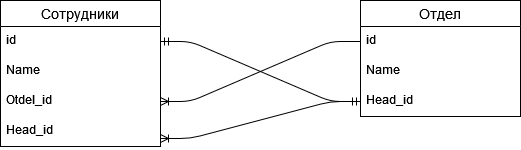
Earlier version of the draw.io export HW3_ДопЗад.drawio.png (arhandreu/Postgre). Source tidied: cells renumbered, new cells last; positions are measured from the earlier drawing's top-left corner, leaving out a move shared by most shapes.
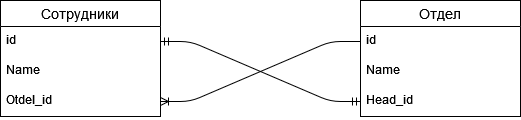
After the change.

What changed in the source:
```diff
@@ -3,7 +3,7 @@
     <mxCell id="0" />
     <mxCell id="1" parent="0" />
     <mxCell id="2" value="Сотрудники" style="swimlane;fontStyle=0;horizontal=1;startSize=26;align=center;fontSize=14;" parent="1" vertex="1">
-      <mxGeometry width="160" height="146" as="geometry" />
+      <mxGeometry width="160" height="116" as="geometry" />
     </mxCell>
     <mxCell id="3" value="id" style="text;strokeColor=none;fillColor=none;spacingLeft=4;spacingRight=4;overflow=hidden;points=[[0,0.5],[1,0.5]];portConstraint=eastwest;fontSize=12;" parent="2" vertex="1">
       <mxGeometry y="26" width="160" height="30" as="geometry" />
@@ -14,9 +14,6 @@
     <mxCell id="5" value="Otdel_id" style="text;strokeColor=none;fillColor=none;spacingLeft=4;spacingRight=4;overflow=hidden;points=[[0,0.5],[1,0.5]];portConstraint=eastwest;fontSize=12;" parent="2" vertex="1">
       <mxGeometry y="86" width="160" height="30" as="geometry" />
     </mxCell>
-    <mxCell id="6" value="Head_id" style="text;strokeColor=none;fillColor=none;spacingLeft=4;spacingRight=4;overflow=hidden;points=[[0,0.5],[1,0.5]];portConstraint=eastwest;fontSize=12;" parent="2" vertex="1">
-      <mxGeometry y="116" width="160" height="30" as="geometry" />
-    </mxCell>
     <mxCell id="7" value="Отдел" style="swimlane;fontStyle=0;horizontal=1;startSize=26;align=center;fontSize=14;" parent="1" vertex="1">
       <mxGeometry x="360" width="160" height="116" as="geometry" />
     </mxCell>
@@ -35,8 +32,5 @@
     <mxCell id="12" style="edgeStyle=entityRelationEdgeStyle;fontSize=12;html=1;endArrow=ERoneToMany;exitX=0;exitY=0.5;exitDx=0;exitDy=0;entryX=1;entryY=0.5;entryDx=0;entryDy=0;" parent="1" edge="1" source="8" target="5">
       <mxGeometry relative="1" as="geometry" />
     </mxCell>
-    <mxCell id="13" style="edgeStyle=entityRelationEdgeStyle;fontSize=12;html=1;endArrow=ERoneToMany;entryX=1;entryY=0.733;entryDx=0;entryDy=0;entryPerimeter=0;" parent="1" edge="1" source="10" target="6">
-      <mxGeometry relative="1" as="geometry" />
-    </mxCell>
   </root>
 </mxGraphModel>
```
